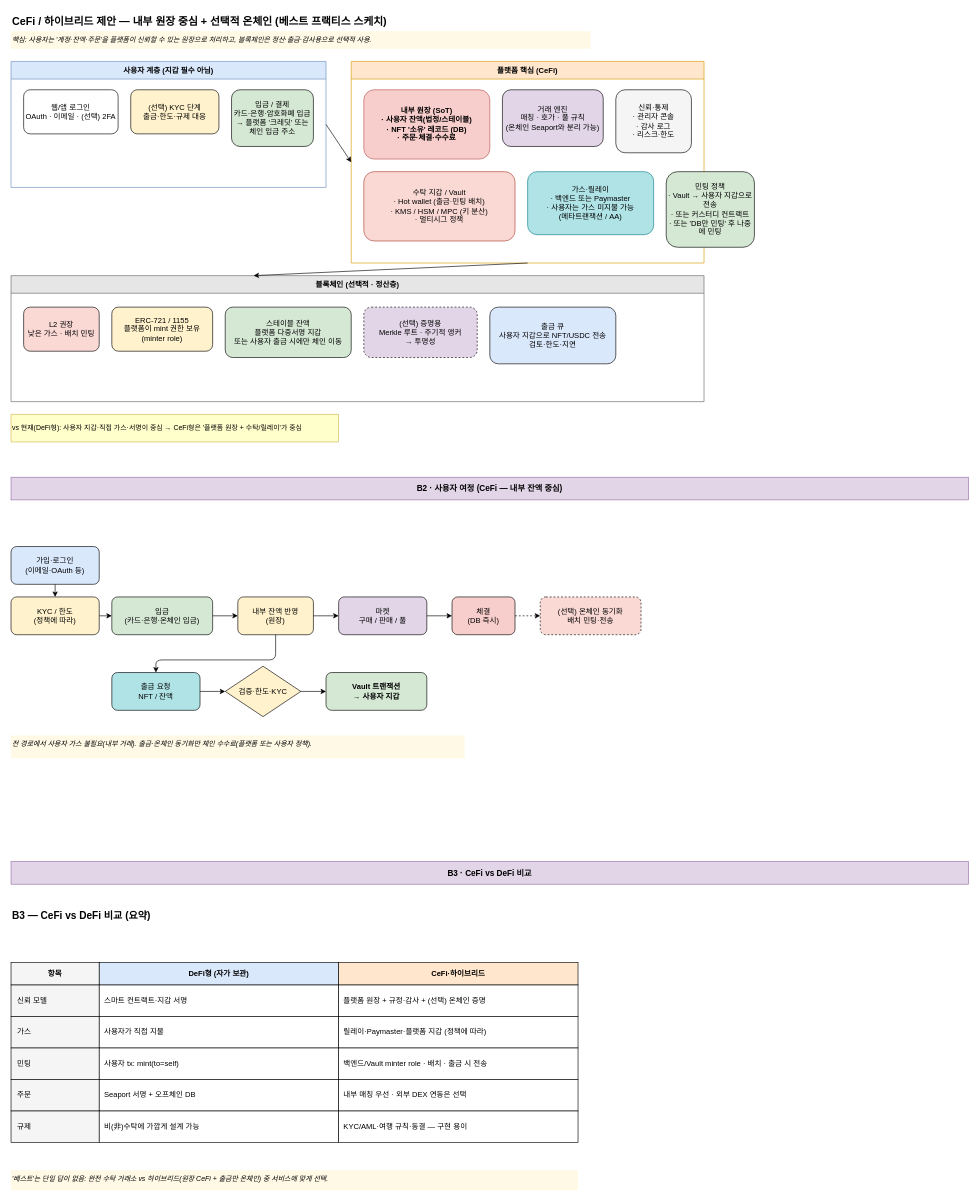
tokenable-dev/tokenable-dev keeps this draw.io diagram as page "02-B-CeFi-하이브리드-B1~B3" (3 of 7) of docs/diagrams/tokenable-all-diagrams.drawio. Above is the earlier version. Source tidied: cells renumbered, new cells numbered last; positions are measured from the earlier drawing's top-left corner, leaving out a move shared by most shapes. Both pictures are drawn from the tidied source at 63%, with x=0, y=0 at pixel (11, 11).
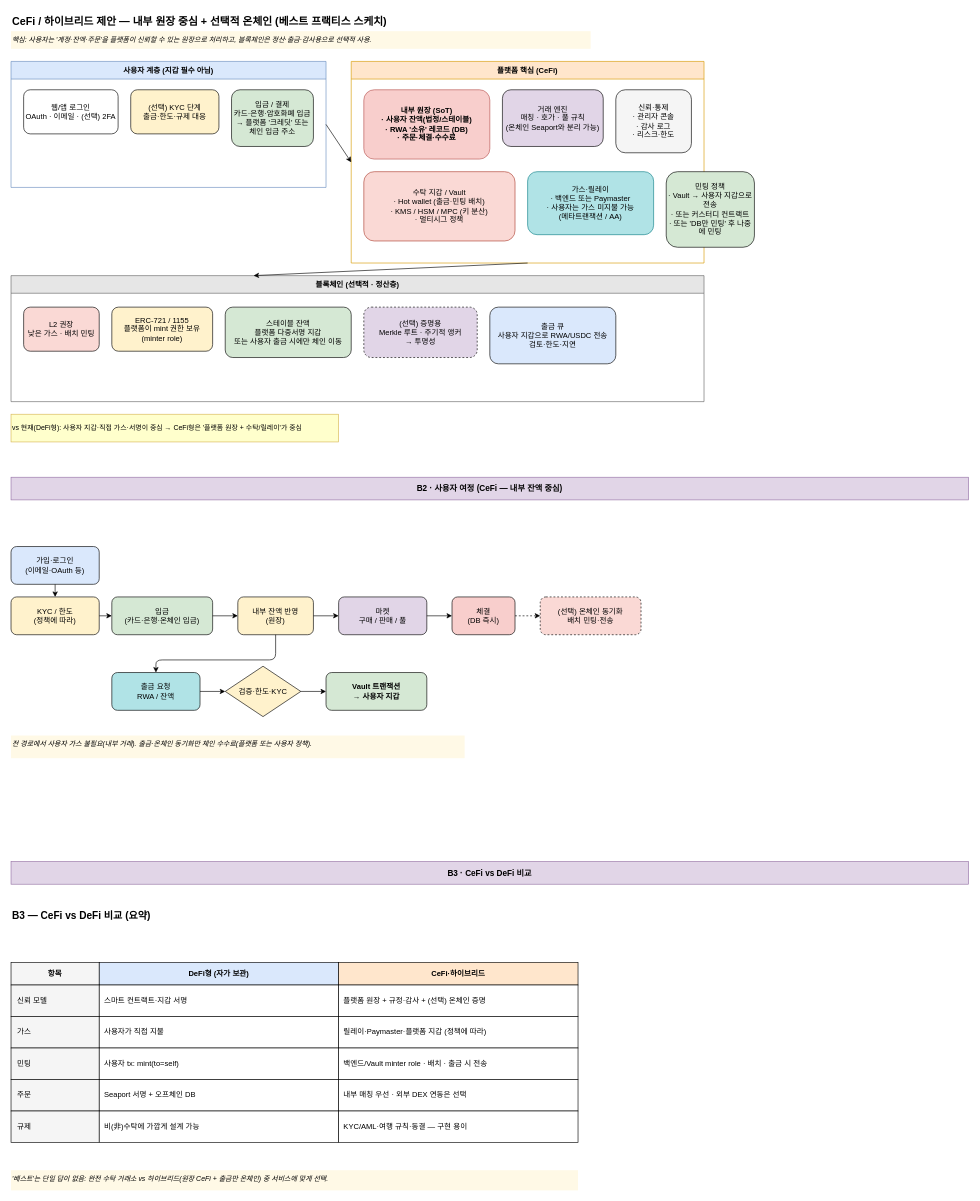
The same diagram, later.

The change refers to these unchanged cells:
```xml
<mxCell id="8" value="플랫폼 핵심 (CeFi)" style="swimlane;horizontal=1;startSize=28;fillColor=#ffe6cc;strokeColor=#d79b00;fontStyle=1;" parent="1" vertex="1">
  <mxGeometry x="540" y="80" width="560" height="320" as="geometry" />
</mxCell>
<mxCell id="15" value="블록체인 (선택적 · 정산층)" style="swimlane;horizontal=1;startSize=28;fillColor=#e6e6e6;strokeColor=#666666;fontStyle=1;" parent="1" vertex="1">
  <mxGeometry y="420" width="1100" height="200" as="geometry" />
</mxCell>
```

What changed in the source:
```diff
@@
-    <mxCell id="9" value="내부 원장 (SoT)&#10;· 사용자 잔액(법정/스테이블)&#10;· NFT '소유' 레코드 (DB)&#10;· 주문·체결·수수료" style="rounded=1;whiteSpace=wrap;html=1;fillColor=#f8cecc;strokeColor=#b85450;fontStyle=1;" parent="8" vertex="1">
+    <mxCell id="9" value="내부 원장 (SoT)&#10;· 사용자 잔액(법정/스테이블)&#10;· RWA '소유' 레코드 (DB)&#10;· 주문·체결·수수료" style="rounded=1;whiteSpace=wrap;html=1;fillColor=#f8cecc;strokeColor=#b85450;fontStyle=1;" parent="8" vertex="1">
       <mxGeometry x="20" y="45" width="200" height="110" as="geometry" />
     </mxCell>
@@
-    <mxCell id="20" value="출금 큐&#10;사용자 지갑으로 NFT/USDC 전송&#10;검토·한도·지연" style="rounded=1;whiteSpace=wrap;html=1;fillColor=#dae8fc;" parent="15" vertex="1">
+    <mxCell id="20" value="출금 큐&#10;사용자 지갑으로 RWA/USDC 전송&#10;검토·한도·지연" style="rounded=1;whiteSpace=wrap;html=1;fillColor=#dae8fc;" parent="15" vertex="1">
       <mxGeometry x="760" y="50" width="200" height="90" as="geometry" />
     </mxCell>
@@
-    <mxCell id="33" value="출금 요청&#10;NFT / 잔액" style="rounded=1;whiteSpace=wrap;html=1;fillColor=#b0e3e6;" parent="1" vertex="1">
+    <mxCell id="33" value="출금 요청&#10;RWA / 잔액" style="rounded=1;whiteSpace=wrap;html=1;fillColor=#b0e3e6;" parent="1" vertex="1">
       <mxGeometry x="160" y="1050" width="140" height="60" as="geometry" />
     </mxCell>
```
